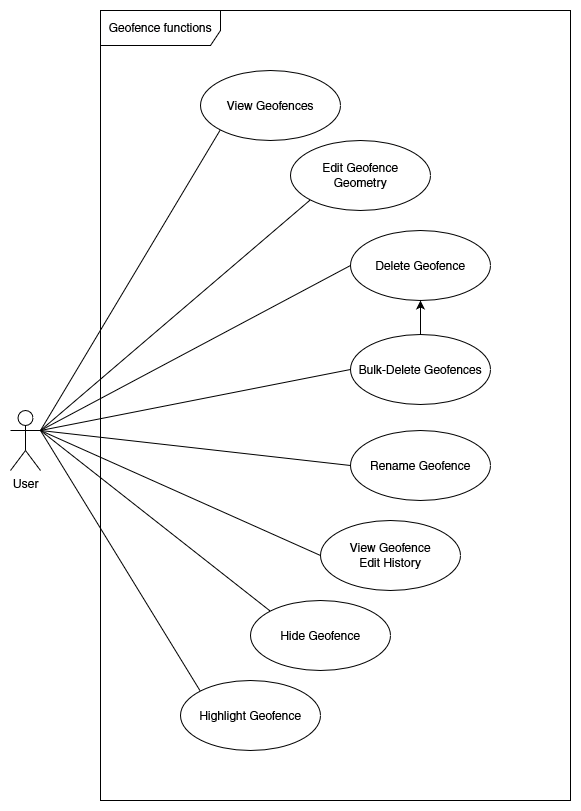
This is source/figures/Use_Cases/Geofence_functions.png from PerziThomas/DA_Perzi_Ambrosch, a draw.io export, as it was before one commit. Source tidied: cells renumbered, new cells last; positions are measured from the earlier drawing's top-left corner, leaving out a move shared by most shapes.
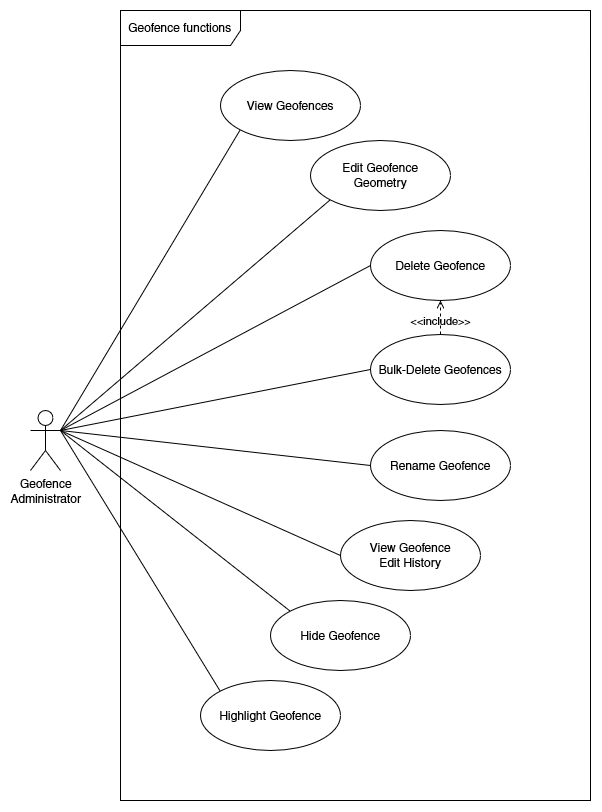
After the commit.

The edit, as a diff of the source:
```diff
@@ -2,6 +2,9 @@
   <root>
     <mxCell id="0" />
     <mxCell id="1" parent="0" />
+    <mxCell id="20" value="Geofence functions" style="shape=umlFrame;whiteSpace=wrap;html=1;width=120;height=35;" parent="1" vertex="1">
+      <mxGeometry x="90" width="470" height="790" as="geometry" />
+    </mxCell>
     <mxCell id="2" style="edgeStyle=none;rounded=0;jettySize=auto;html=1;exitX=0;exitY=1;exitDx=0;exitDy=0;entryX=1;entryY=0.3333333333333333;entryDx=0;entryDy=0;entryPerimeter=0;endArrow=none;endFill=0;elbow=vertical;" parent="1" edge="1" source="3" target="18">
       <mxGeometry relative="1" as="geometry" />
     </mxCell>
@@ -35,9 +38,6 @@
     <mxCell id="12" style="edgeStyle=none;rounded=0;jettySize=auto;html=1;entryX=1;entryY=0.3333333333333333;entryDx=0;entryDy=0;entryPerimeter=0;endArrow=none;endFill=0;elbow=vertical;exitX=0;exitY=1;exitDx=0;exitDy=0;" parent="1" edge="1" source="19" target="18">
       <mxGeometry relative="1" as="geometry" />
     </mxCell>
-    <mxCell id="13" style="edgeStyle=none;rounded=0;jettySize=auto;html=1;exitX=0.5;exitY=1;exitDx=0;exitDy=0;entryX=0.5;entryY=0;entryDx=0;entryDy=0;endArrow=none;endFill=0;startArrow=classic;startFill=1;" parent="1" edge="1" source="5" target="15">
-      <mxGeometry relative="1" as="geometry" />
-    </mxCell>
     <mxCell id="14" style="edgeStyle=none;rounded=0;jettySize=auto;html=1;exitX=0;exitY=0.5;exitDx=0;exitDy=0;entryX=1;entryY=0.3333333333333333;entryDx=0;entryDy=0;entryPerimeter=0;endArrow=none;endFill=0;elbow=vertical;" parent="1" edge="1" source="15" target="18">
       <mxGeometry relative="1" as="geometry" />
     </mxCell>
@@ -50,14 +50,14 @@
     <mxCell id="17" value="&lt;div&gt;View Geofence&lt;/div&gt;&lt;div&gt;Edit History&lt;br&gt;&lt;/div&gt;" style="ellipse;whiteSpace=wrap;html=1;" parent="1" vertex="1">
       <mxGeometry x="310" y="510" width="140" height="70" as="geometry" />
     </mxCell>
-    <mxCell id="18" value="User" style="shape=umlActor;verticalLabelPosition=bottom;verticalAlign=top;html=1;" parent="1" vertex="1">
+    <mxCell id="18" value="&lt;div&gt;Geofence&lt;/div&gt;&lt;div&gt;Administrator&lt;br&gt;&lt;/div&gt;" style="shape=umlActor;verticalLabelPosition=bottom;verticalAlign=top;html=1;" parent="1" vertex="1">
       <mxGeometry y="400" width="30" height="60" as="geometry" />
     </mxCell>
     <mxCell id="19" value="View Geofences" style="ellipse;whiteSpace=wrap;html=1;" parent="1" vertex="1">
       <mxGeometry x="190" y="60" width="140" height="70" as="geometry" />
     </mxCell>
-    <mxCell id="20" value="Geofence functions" style="shape=umlFrame;whiteSpace=wrap;html=1;width=120;height=35;" parent="1" vertex="1">
-      <mxGeometry x="90" width="470" height="790" as="geometry" />
-    </mxCell>
+    <mxCell id="21" value="&amp;lt;&amp;lt;include&amp;gt;&amp;gt;" style="html=1;verticalAlign=bottom;labelBackgroundColor=none;endArrow=open;endFill=0;dashed=1;rounded=0;exitX=0.5;exitY=0;exitDx=0;exitDy=0;entryX=0.5;entryY=1;entryDx=0;entryDy=0;" parent="1" edge="1" source="15" target="5">
+      <mxGeometry x="-0.76" relative="1" as="geometry" />
+    </mxCell>
   </root>
 </mxGraphModel>
```
